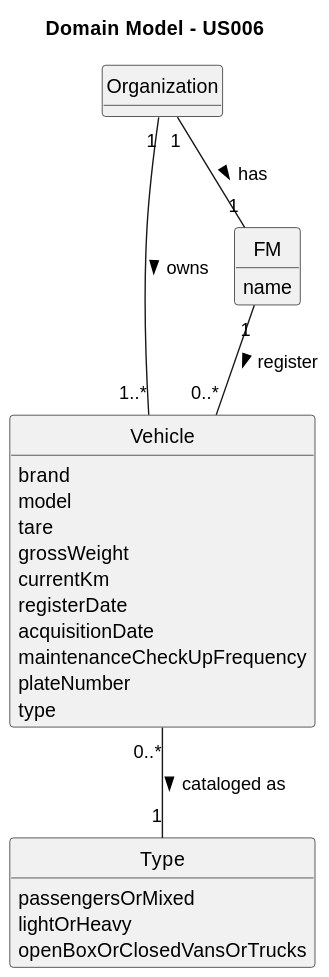
Before: docs/sprintA/us006/02.analysis/svg/us006-domain-model.svg, a diagram exported from PlantUML (daniel41silva05/ISEP_2023_2024_LAPR2).
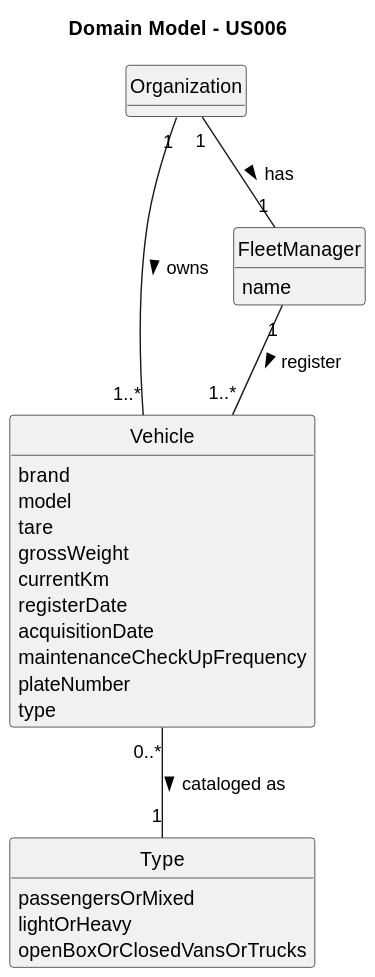
After the change.

Diff of the diagram source:
```diff
@@ -26,7 +26,7 @@
     type
 }
 
-class FM {
+class FleetManager {
     name
 }
 
@@ -36,8 +36,8 @@
     openBoxOrClosedVansOrTrucks
 }
 
-Organization "1" -- "1" FM : has >
+Organization "1" -- "1" FleetManager : has >
 Organization "1" -- "1..*" Vehicle : owns >
-FM "1" -- "0..*" Vehicle : register >
+FleetManager "1" -- "1..*" Vehicle : register >
 Vehicle "0..*" -- "1" Type : cataloged as >
 @enduml
```
